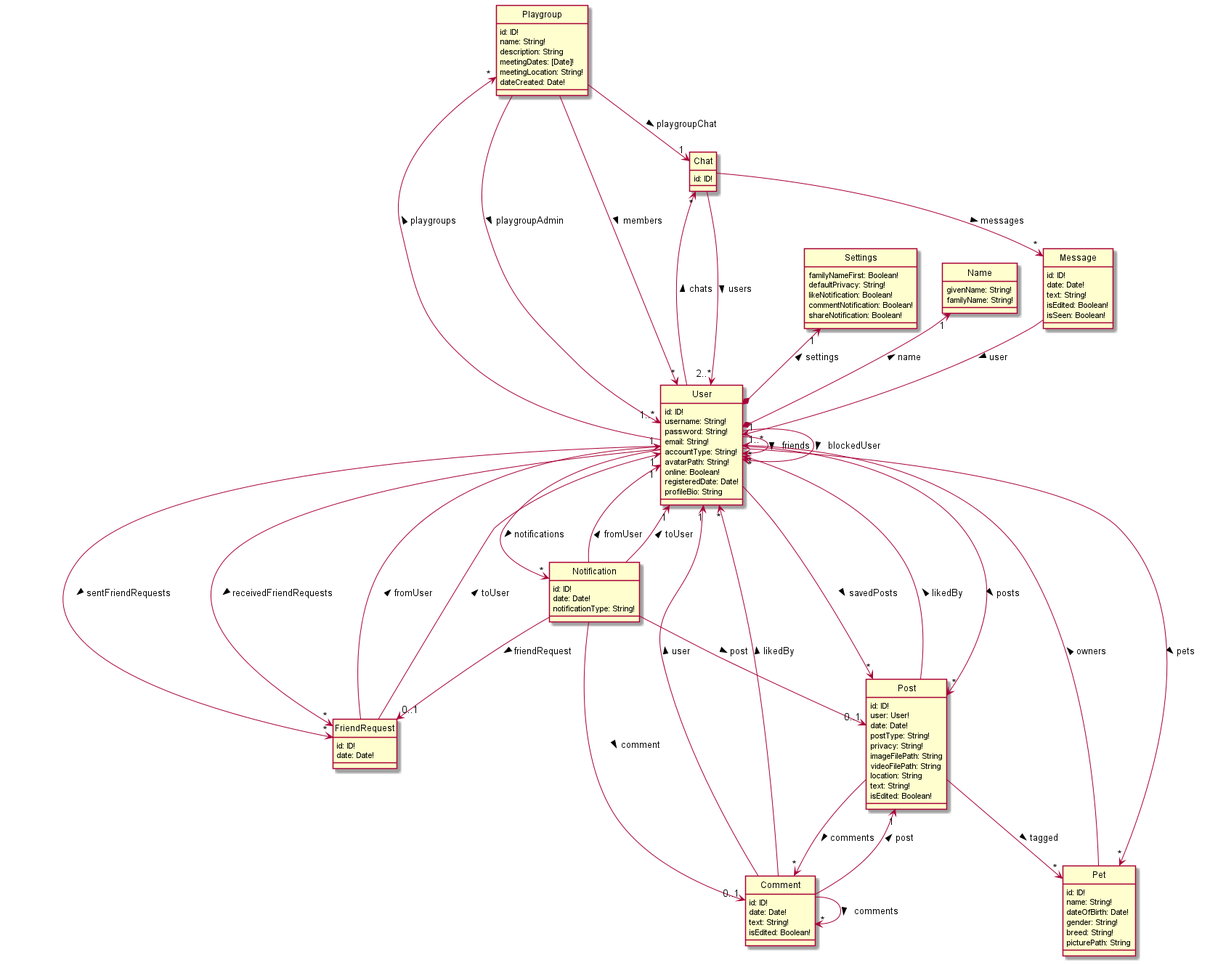
This is docs/uml/DataSchemaExplicitConnections.png from bryanwhl/pet-social, a PlantUML export, as it was before one commit.
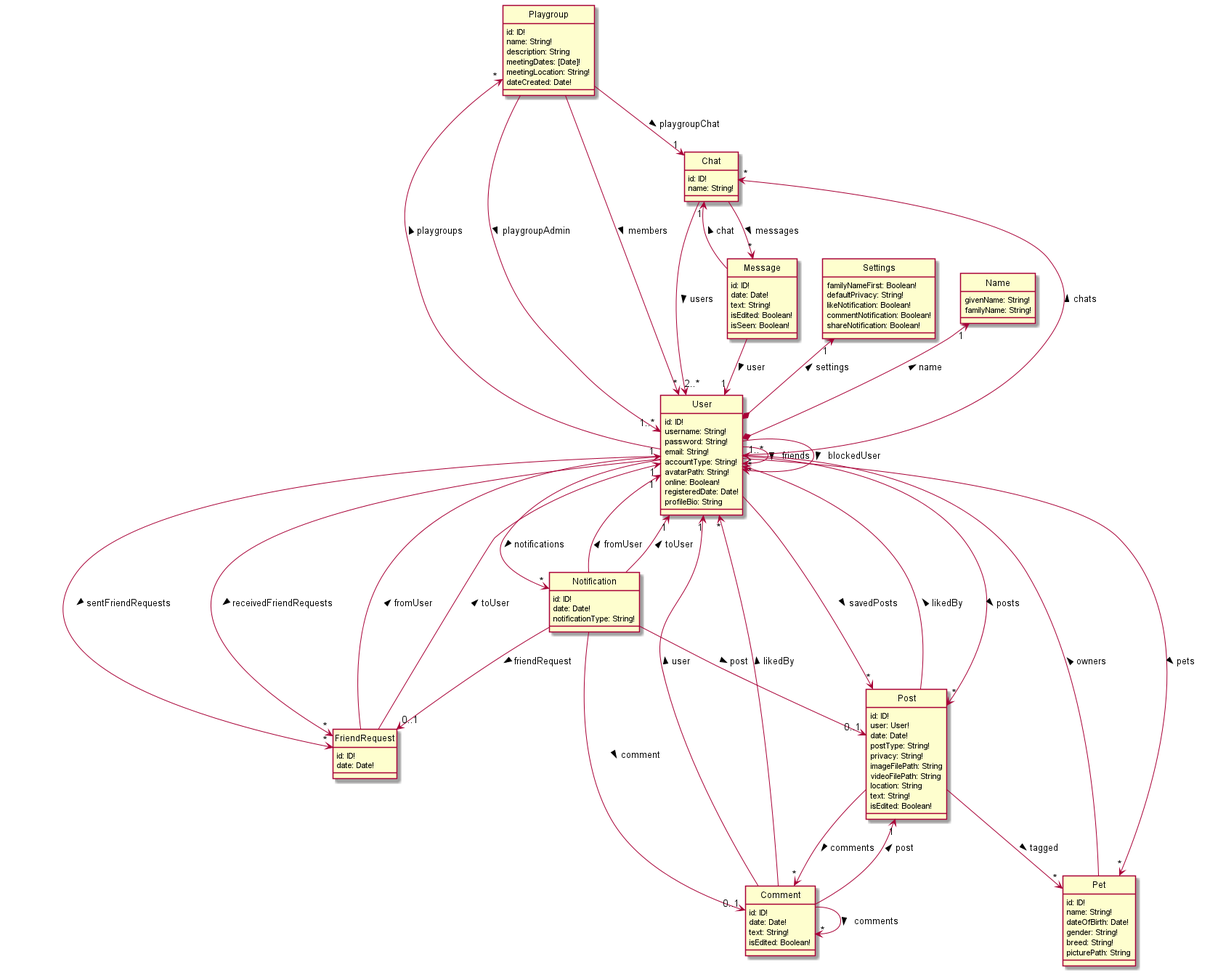
Above is the later version.

Change to the diagram source:
```diff
@@ -55,6 +55,7 @@
 
 class Chat {
     id: ID!
+    name: String!
 }
 
 class Message {
@@ -120,6 +121,7 @@
 Chat --> "*" Message: messages >
 
 Message --> "1" User: user >
+Message --> "1" Chat: chat >
 
 Pet --> "1..*" User: owners >
 
```
